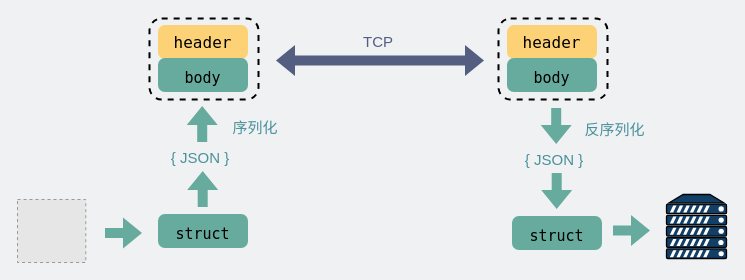
Before: network/HTTP原理.drawio in xiaobaiTech/image, a draw.io diagram. Source tidied: cells renumbered, new cells numbered last; positions are measured from the earlier drawing's top-left corner, leaving out a move shared by most shapes. Both pictures are drawn from the tidied source at 100%, with x=0, y=0 at pixel (17, 18). Pictures stored in the file or linked from it are replaced by grey dashed boxes.
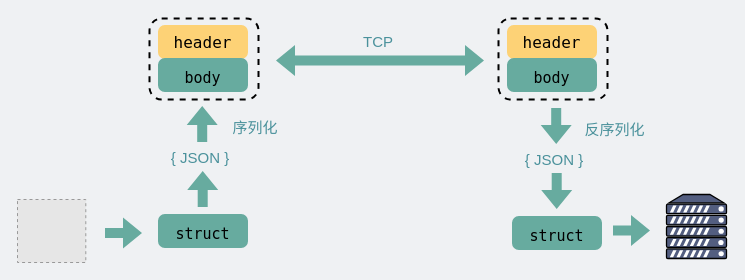
After the change.

Change to the diagram source:
```diff
@@
-    <mxCell id="5" style="shape=flexArrow;endArrow=classic;startArrow=classic;html=1;rounded=0;strokeColor=none;fillColor=#535E80;" parent="1" edge="1">
+    <mxCell id="5" style="shape=flexArrow;endArrow=classic;startArrow=classic;html=1;rounded=0;strokeColor=none;fillColor=#67AB9F;" parent="1" edge="1">
       <mxGeometry relative="1" as="geometry">
         <mxPoint x="258" y="42" as="sourcePoint" />
         <mxPoint x="467" y="42" as="targetPoint" />
       </mxGeometry>
     </mxCell>
@@
-    <mxCell id="7" style="fontColor=#0066CC;verticalAlign=top;verticalLabelPosition=bottom;labelPosition=center;align=center;html=1;fillColor=#123F67;strokeColor=#000000;gradientColor=none;gradientDirection=north;strokeWidth=2;shape=mxgraph.networks.server;fontSize=15;" parent="1" vertex="1">
+    <mxCell id="7" style="fontColor=#0066CC;verticalAlign=top;verticalLabelPosition=bottom;labelPosition=center;align=center;html=1;fillColor=#535E80;strokeColor=#000000;gradientColor=none;gradientDirection=north;strokeWidth=2;shape=mxgraph.networks.server;fontSize=15;" parent="1" vertex="1">
       <mxGeometry x="649" y="176" width="60" height="64" as="geometry" />
     </mxCell>
@@
-    <mxCell id="23" value="&lt;font color=&quot;#535e80&quot;&gt;TCP&lt;/font&gt;" style="text;html=1;strokeColor=none;fillColor=none;align=center;verticalAlign=middle;whiteSpace=wrap;rounded=0;fontSize=15;fontColor=#4A919B;" parent="1" vertex="1">
+    <mxCell id="23" value="TCP" style="text;html=1;strokeColor=none;fillColor=none;align=center;verticalAlign=middle;whiteSpace=wrap;rounded=0;fontSize=15;fontColor=#4A919B;" parent="1" vertex="1">
       <mxGeometry x="331" y="8" width="60" height="30" as="geometry" />
     </mxCell>
```
